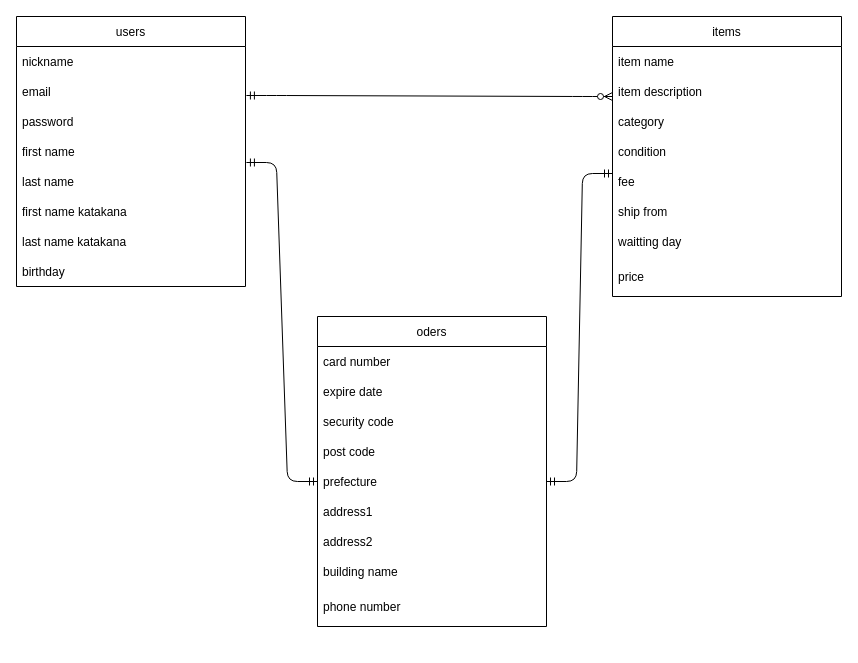
This is ER drawing.dio from mavel3215/furima-37919, a draw.io file, before an edit. Source tidied: cells renumbered, new cells numbered last; positions are measured from the earlier drawing's top-left corner, leaving out a move shared by most shapes. Both pictures are drawn from the tidied source at 100%, with x=0, y=0 at pixel (16, 16).
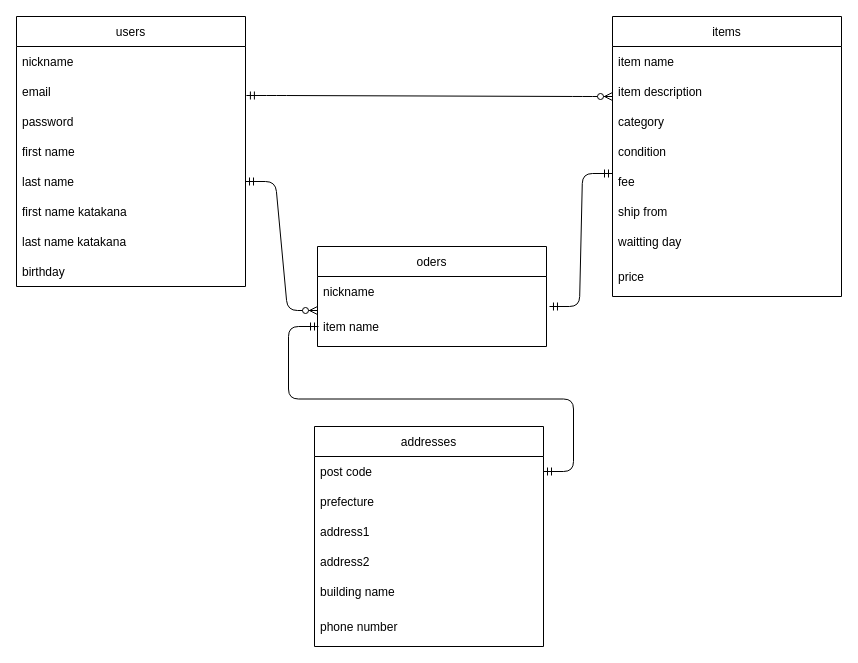
Above is the later version.

Unchanged cells that the change refers to:
```xml
<mxCell id="7" value="last name" style="text;strokeColor=none;fillColor=none;align=left;verticalAlign=middle;spacingLeft=4;spacingRight=4;overflow=hidden;points=[[0,0.5],[1,0.5]];portConstraint=eastwest;" parent="2" vertex="1">
  <mxGeometry y="150" width="229" height="30" as="geometry" />
</mxCell>
```

Change to the diagram source:
```diff
@@
     <mxCell id="20" value="oders" style="swimlane;fontStyle=0;horizontal=1;startSize=30;" parent="1" vertex="1">
-      <mxGeometry x="301" y="300" width="229" height="310" as="geometry" />
+      <mxGeometry x="301" y="230" width="229" height="100" as="geometry" />
     </mxCell>
-    <mxCell id="21" value="card number" style="text;strokeColor=none;fillColor=none;align=left;verticalAlign=middle;spacingLeft=4;spacingRight=4;overflow=hidden;" parent="20" vertex="1">
-      <mxGeometry y="30" width="229" height="30" as="geometry" />
-    </mxCell>
-    <mxCell id="22" value="expire date" style="text;strokeColor=none;fillColor=none;align=left;verticalAlign=middle;spacingLeft=4;spacingRight=4;overflow=hidden;" parent="20" vertex="1">
-      <mxGeometry y="60" width="229" height="30" as="geometry" />
-    </mxCell>
-    <mxCell id="23" value="security code" style="text;strokeColor=none;fillColor=none;align=left;verticalAlign=middle;spacingLeft=4;spacingRight=4;overflow=hidden;" parent="20" vertex="1">
-      <mxGeometry y="90" width="229" height="30" as="geometry" />
-    </mxCell>
+    <mxCell id="28" value="nickname" style="text;strokeColor=none;fillColor=none;align=left;verticalAlign=middle;spacingLeft=4;spacingRight=4;overflow=hidden;" parent="20" vertex="1">
+      <mxGeometry y="30" width="229" height="30" as="geometry" />
+    </mxCell>
+    <mxCell id="29" value="item name" style="text;strokeColor=none;fillColor=none;align=left;verticalAlign=middle;spacingLeft=4;spacingRight=4;overflow=hidden;points=[[0,0.5],[1,0.5]];portConstraint=eastwest;" parent="20" vertex="1">
+      <mxGeometry y="60" width="229" height="40" as="geometry" />
+    </mxCell>
+    <mxCell id="30" style="edgeStyle=entityRelationEdgeStyle;fontSize=12;html=1;endArrow=ERzeroToMany;startArrow=ERmandOne;entryX=0;entryY=0.1;entryDx=0;entryDy=0;entryPerimeter=0;exitX=1.004;exitY=0.067;exitDx=0;exitDy=0;exitPerimeter=0;" parent="1" edge="1">
+      <mxGeometry relative="1" as="geometry">
+        <mxPoint x="229.9" y="79" as="sourcePoint" />
+        <mxPoint x="596" y="80" as="targetPoint" />
+      </mxGeometry>
+    </mxCell>
+    <mxCell id="32" style="edgeStyle=entityRelationEdgeStyle;fontSize=12;html=1;endArrow=ERmandOne;startArrow=ERmandOne;exitX=1.013;exitY=0;exitDx=0;exitDy=0;exitPerimeter=0;" parent="1" edge="1" source="29">
+      <mxGeometry relative="1" as="geometry">
+        <mxPoint x="596" y="157" as="targetPoint" />
+      </mxGeometry>
+    </mxCell>
+    <mxCell id="33" style="edgeStyle=entityRelationEdgeStyle;fontSize=12;html=1;endArrow=ERzeroToMany;startArrow=ERmandOne;entryX=0;entryY=0.1;entryDx=0;entryDy=0;exitX=1;exitY=0.5;exitDx=0;exitDy=0;entryPerimeter=0;" parent="1" edge="1" source="7" target="29">
+      <mxGeometry relative="1" as="geometry" />
+    </mxCell>
+    <mxCell id="34" value="addresses" style="swimlane;fontStyle=0;horizontal=1;startSize=30;" parent="1" vertex="1">
+      <mxGeometry x="298" y="410" width="229" height="220" as="geometry" />
+    </mxCell>
-    <mxCell id="24" value="post code" style="text;strokeColor=none;fillColor=none;align=left;verticalAlign=middle;spacingLeft=4;spacingRight=4;overflow=hidden;points=[[0,0.5],[1,0.5]];portConstraint=eastwest;" parent="20" vertex="1">
-      <mxGeometry y="120" width="229" height="30" as="geometry" />
+    <mxCell id="24" value="post code" style="text;strokeColor=none;fillColor=none;align=left;verticalAlign=middle;spacingLeft=4;spacingRight=4;overflow=hidden;points=[[0,0.5],[1,0.5]];portConstraint=eastwest;" parent="34" vertex="1">
+      <mxGeometry y="30" width="229" height="30" as="geometry" />
     </mxCell>
-    <mxCell id="25" value="prefecture" style="text;strokeColor=none;fillColor=none;align=left;verticalAlign=middle;spacingLeft=4;spacingRight=4;overflow=hidden;points=[[0,0.5],[1,0.5]];portConstraint=eastwest;" parent="20" vertex="1">
-      <mxGeometry y="150" width="229" height="30" as="geometry" />
+    <mxCell id="25" value="prefecture" style="text;strokeColor=none;fillColor=none;align=left;verticalAlign=middle;spacingLeft=4;spacingRight=4;overflow=hidden;points=[[0,0.5],[1,0.5]];portConstraint=eastwest;" parent="34" vertex="1">
+      <mxGeometry y="60" width="229" height="30" as="geometry" />
     </mxCell>
-    <mxCell id="26" value="address1" style="text;strokeColor=none;fillColor=none;align=left;verticalAlign=middle;spacingLeft=4;spacingRight=4;overflow=hidden;" parent="20" vertex="1">
-      <mxGeometry y="180" width="229" height="30" as="geometry" />
+    <mxCell id="26" value="address1" style="text;strokeColor=none;fillColor=none;align=left;verticalAlign=middle;spacingLeft=4;spacingRight=4;overflow=hidden;" parent="34" vertex="1">
+      <mxGeometry y="90" width="229" height="30" as="geometry" />
     </mxCell>
-    <mxCell id="27" value="address2" style="text;strokeColor=none;fillColor=none;align=left;verticalAlign=middle;spacingLeft=4;spacingRight=4;overflow=hidden;" parent="20" vertex="1">
-      <mxGeometry y="210" width="229" height="30" as="geometry" />
+    <mxCell id="27" value="address2" style="text;strokeColor=none;fillColor=none;align=left;verticalAlign=middle;spacingLeft=4;spacingRight=4;overflow=hidden;" parent="34" vertex="1">
+      <mxGeometry y="120" width="229" height="30" as="geometry" />
     </mxCell>
-    <mxCell id="28" value="building name" style="text;strokeColor=none;fillColor=none;align=left;verticalAlign=middle;spacingLeft=4;spacingRight=4;overflow=hidden;" parent="20" vertex="1">
-      <mxGeometry y="240" width="229" height="30" as="geometry" />
-    </mxCell>
-    <mxCell id="29" value="phone number" style="text;strokeColor=none;fillColor=none;align=left;verticalAlign=middle;spacingLeft=4;spacingRight=4;overflow=hidden;points=[[0,0.5],[1,0.5]];portConstraint=eastwest;" parent="20" vertex="1">
-      <mxGeometry y="270" width="229" height="40" as="geometry" />
-    </mxCell>
-    <mxCell id="30" style="edgeStyle=entityRelationEdgeStyle;fontSize=12;html=1;endArrow=ERzeroToMany;startArrow=ERmandOne;entryX=0;entryY=0.1;entryDx=0;entryDy=0;entryPerimeter=0;exitX=1.004;exitY=0.067;exitDx=0;exitDy=0;exitPerimeter=0;" parent="1" edge="1">
-      <mxGeometry relative="1" as="geometry">
-        <mxPoint x="229.9" y="79" as="sourcePoint" />
-        <mxPoint x="596" y="80" as="targetPoint" />
-      </mxGeometry>
-    </mxCell>
-    <mxCell id="31" style="edgeStyle=entityRelationEdgeStyle;fontSize=12;html=1;endArrow=ERmandOne;startArrow=ERmandOne;exitX=1.004;exitY=-0.133;exitDx=0;exitDy=0;exitPerimeter=0;entryX=0;entryY=0.5;entryDx=0;entryDy=0;" parent="1" edge="1" source="7" target="25">
-      <mxGeometry relative="1" as="geometry" />
-    </mxCell>
-    <mxCell id="32" style="edgeStyle=entityRelationEdgeStyle;fontSize=12;html=1;endArrow=ERmandOne;startArrow=ERmandOne;exitX=1;exitY=0.5;exitDx=0;exitDy=0;" parent="1" edge="1" source="25">
-      <mxGeometry relative="1" as="geometry">
-        <mxPoint x="596" y="157" as="targetPoint" />
-      </mxGeometry>
-    </mxCell>
+    <mxCell id="35" value="building name" style="text;strokeColor=none;fillColor=none;align=left;verticalAlign=middle;spacingLeft=4;spacingRight=4;overflow=hidden;" parent="34" vertex="1">
+      <mxGeometry y="150" width="229" height="30" as="geometry" />
+    </mxCell>
+    <mxCell id="36" value="phone number" style="text;strokeColor=none;fillColor=none;align=left;verticalAlign=middle;spacingLeft=4;spacingRight=4;overflow=hidden;" parent="34" vertex="1">
+      <mxGeometry y="180" width="229" height="40" as="geometry" />
+    </mxCell>
+    <mxCell id="37" style="edgeStyle=entityRelationEdgeStyle;fontSize=12;html=1;endArrow=ERmandOne;startArrow=ERmandOne;exitX=1;exitY=0.5;exitDx=0;exitDy=0;" parent="1" edge="1" source="24">
+      <mxGeometry relative="1" as="geometry">
+        <mxPoint x="302" y="310" as="targetPoint" />
+      </mxGeometry>
+    </mxCell>
```
